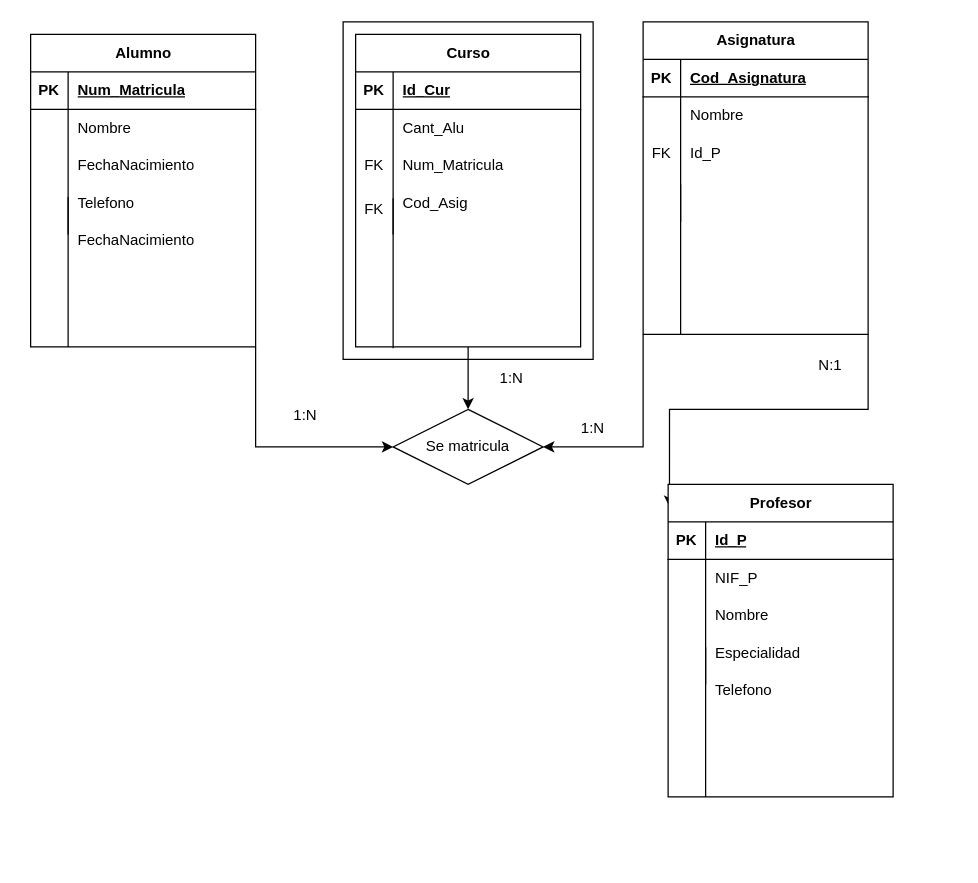
Before: EJ 2.drawio in Palermukii/prueba2, a draw.io diagram. Source tidied: cells renumbered, new cells numbered last; positions are measured from the earlier drawing's top-left corner, leaving out a move shared by most shapes. Both pictures are drawn from the tidied source at 125%, with x=0, y=0 at pixel (30, 21).
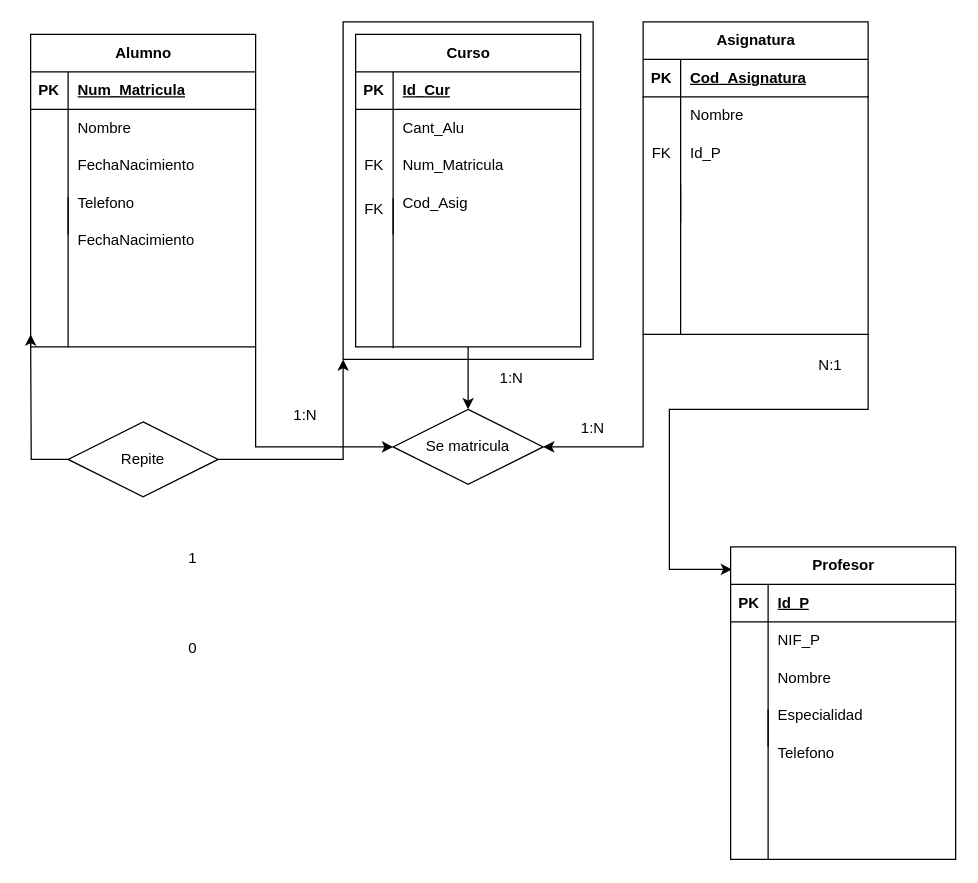
Above is the later version.

The change refers to these unchanged cells:
```xml
<mxCell id="2" style="whiteSpace=wrap;html=1;" parent="1" vertex="1">
  <mxGeometry x="250" width="200" height="270" as="geometry" />
</mxCell>
```

Diff of the diagram source:
```diff
@@
     <mxCell id="56" value="Profesor" style="shape=table;startSize=30;childLayout=tableLayout;rowLines=0;fontStyle=1;align=center;html=1;" parent="1" vertex="1">
-      <mxGeometry x="510" y="370" width="180" height="250" as="geometry" />
+      <mxGeometry x="560" y="420" width="180" height="250" as="geometry" />
     </mxCell>
@@
     <mxCell id="69" style="endArrow=none;html=1;rounded=0;" parent="1" edge="1">
       <mxGeometry relative="1" as="geometry">
-        <mxPoint x="540" y="500" as="sourcePoint" />
-        <mxPoint x="540" y="620" as="targetPoint" />
+        <mxPoint x="590" y="550" as="sourcePoint" />
+        <mxPoint x="590" y="670" as="targetPoint" />
       </mxGeometry>
     </mxCell>
     <mxCell id="70" value="Nombre" style="shape=partialRectangle;fillColor=none;top=0;left=0;bottom=0;right=0;align=left;spacingLeft=6;overflow=hidden;whiteSpace=wrap;html=1;" parent="1" vertex="1">
-      <mxGeometry x="540" y="460" width="150" height="30" as="geometry" />
+      <mxGeometry x="590" y="510" width="150" height="30" as="geometry" />
     </mxCell>
     <mxCell id="71" value="Especialidad" style="shape=partialRectangle;fillColor=none;top=0;left=0;bottom=0;right=0;align=left;spacingLeft=6;overflow=hidden;whiteSpace=wrap;html=1;" parent="1" vertex="1">
-      <mxGeometry x="540" y="490" width="150" height="30" as="geometry" />
+      <mxGeometry x="590" y="540" width="150" height="30" as="geometry" />
     </mxCell>
     <mxCell id="72" value="Telefono" style="shape=partialRectangle;fillColor=none;top=0;left=0;bottom=0;right=0;align=left;spacingLeft=6;overflow=hidden;whiteSpace=wrap;html=1;" parent="1" vertex="1">
-      <mxGeometry x="540" y="520" width="150" height="30" as="geometry" />
+      <mxGeometry x="590" y="570" width="150" height="30" as="geometry" />
     </mxCell>
@@
+    <mxCell id="80" style="edgeStyle=orthogonalEdgeStyle;rounded=0;jettySize=auto;html=1;exitX=0;exitY=0.5;exitDx=0;exitDy=0;" parent="1" edge="1" source="82">
+      <mxGeometry relative="1" as="geometry">
+        <mxPoint y="250" as="targetPoint" />
+      </mxGeometry>
+    </mxCell>
+    <mxCell id="81" style="edgeStyle=orthogonalEdgeStyle;rounded=0;jettySize=auto;html=1;exitX=1;exitY=0.5;exitDx=0;exitDy=0;entryX=0;entryY=1;entryDx=0;entryDy=0;" parent="1" edge="1" source="82" target="2">
+      <mxGeometry relative="1" as="geometry" />
+    </mxCell>
+    <mxCell id="82" value="Repite" style="shape=rhombus;perimeter=rhombusPerimeter;whiteSpace=wrap;html=1;align=center;" parent="1" vertex="1">
+      <mxGeometry x="30" y="320" width="120" height="60" as="geometry" />
+    </mxCell>
+    <mxCell id="83" value="1&lt;br&gt;&lt;br&gt;&lt;br&gt;&lt;br&gt;&lt;br&gt;0" style="text;strokeColor=none;align=center;fillColor=none;html=1;verticalAlign=middle;whiteSpace=wrap;rounded=0;" parent="1" vertex="1">
+      <mxGeometry x="100" y="450" width="60" height="30" as="geometry" />
+    </mxCell>
```
